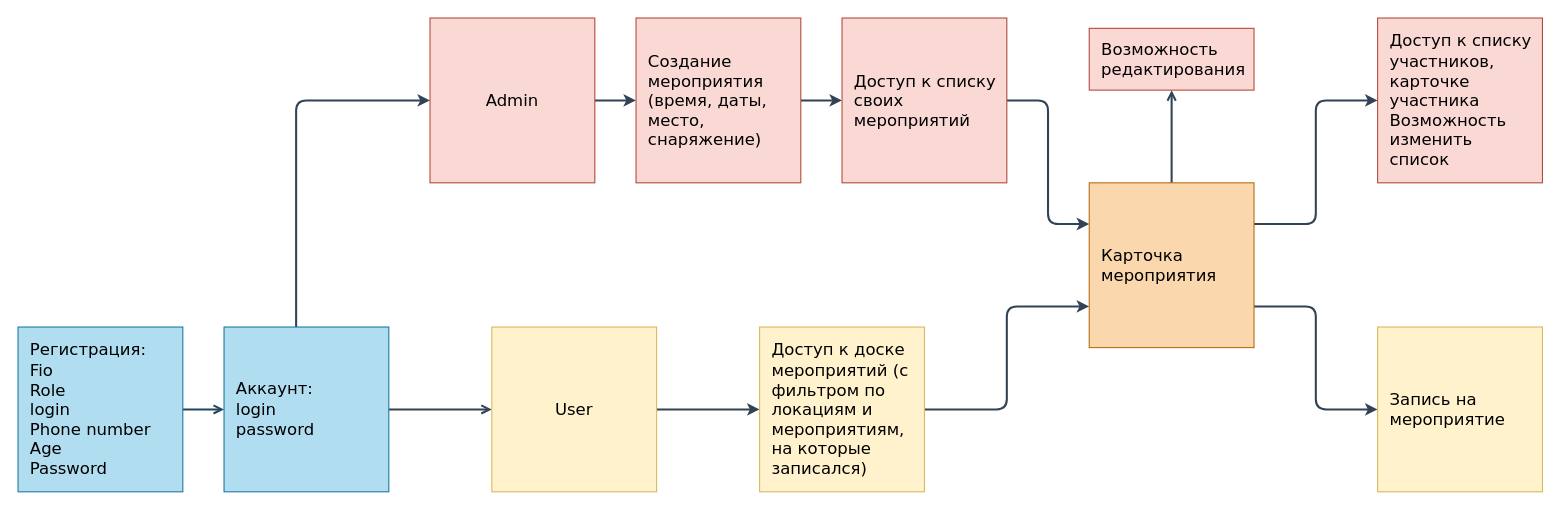
Before: Диаграмма без названия.drawio in VeronikaOxyt/Frontend-basics-course, a draw.io diagram. Source tidied: cells renumbered, new cells numbered last; positions are measured from the earlier drawing's top-left corner, leaving out a move shared by most shapes. Both pictures are drawn from the tidied source at 103%, with x=0, y=0 at pixel (18, 18).
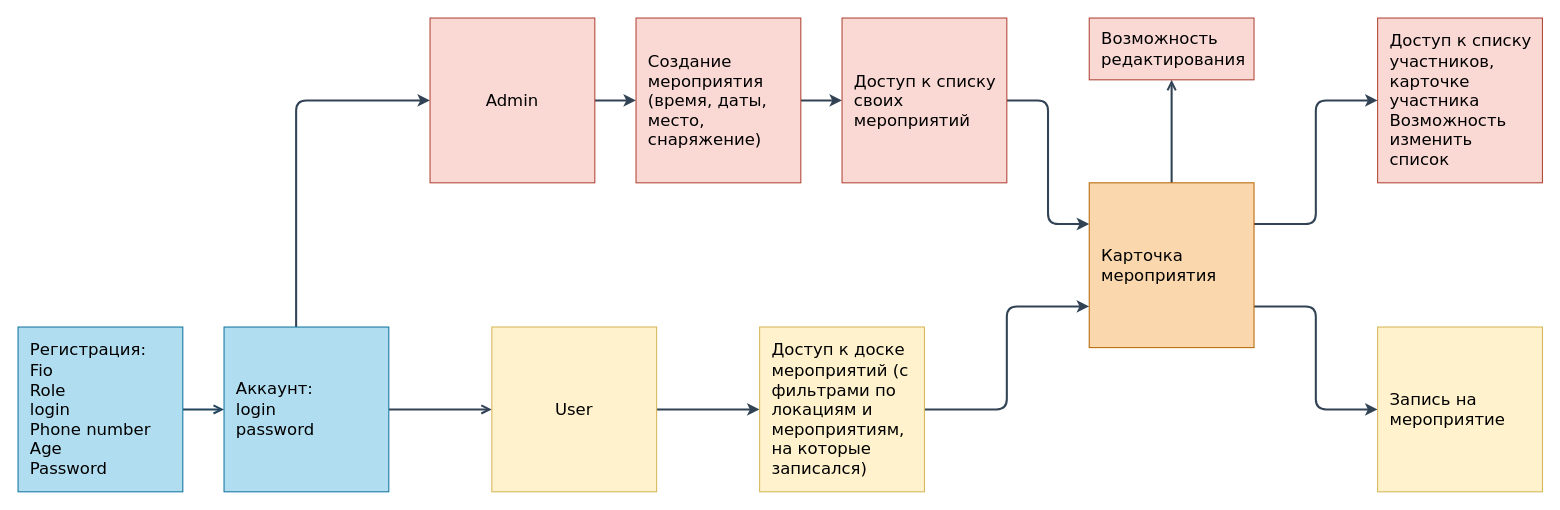
Above is the later version.

Diff of the diagram source:
```diff
@@
-    <mxCell id="16" value="&lt;font style=&quot;font-size: 16px;&quot; face=&quot;Verdana&quot;&gt;Доступ к доске мероприятий (с фильтром по локациям и мероприятиям, на которые записался)&lt;/font&gt;" style="whiteSpace=wrap;html=1;align=left;fillColor=#fff2cc;strokeColor=#d6b656;spacing=12;" parent="1" vertex="1">
+    <mxCell id="16" value="&lt;font style=&quot;font-size: 16px;&quot; face=&quot;Verdana&quot;&gt;Доступ к доске мероприятий (с фильтрами по локациям и мероприятиям, на которые записался)&lt;/font&gt;" style="whiteSpace=wrap;html=1;align=left;fillColor=#fff2cc;strokeColor=#d6b656;spacing=12;" parent="1" vertex="1">
       <mxGeometry x="720" y="300" width="160" height="160" as="geometry" />
     </mxCell>
@@
     <mxCell id="23" value="&lt;font style=&quot;font-size: 16px;&quot; face=&quot;Verdana&quot;&gt;Возможность редактирования&lt;/font&gt;" style="whiteSpace=wrap;html=1;align=left;fillColor=#fad9d5;strokeColor=#ae4132;spacing=12;" parent="1" vertex="1">
-      <mxGeometry x="1040" y="10" width="160" height="60" as="geometry" />
+      <mxGeometry x="1040" width="160" height="60" as="geometry" />
     </mxCell>
```
